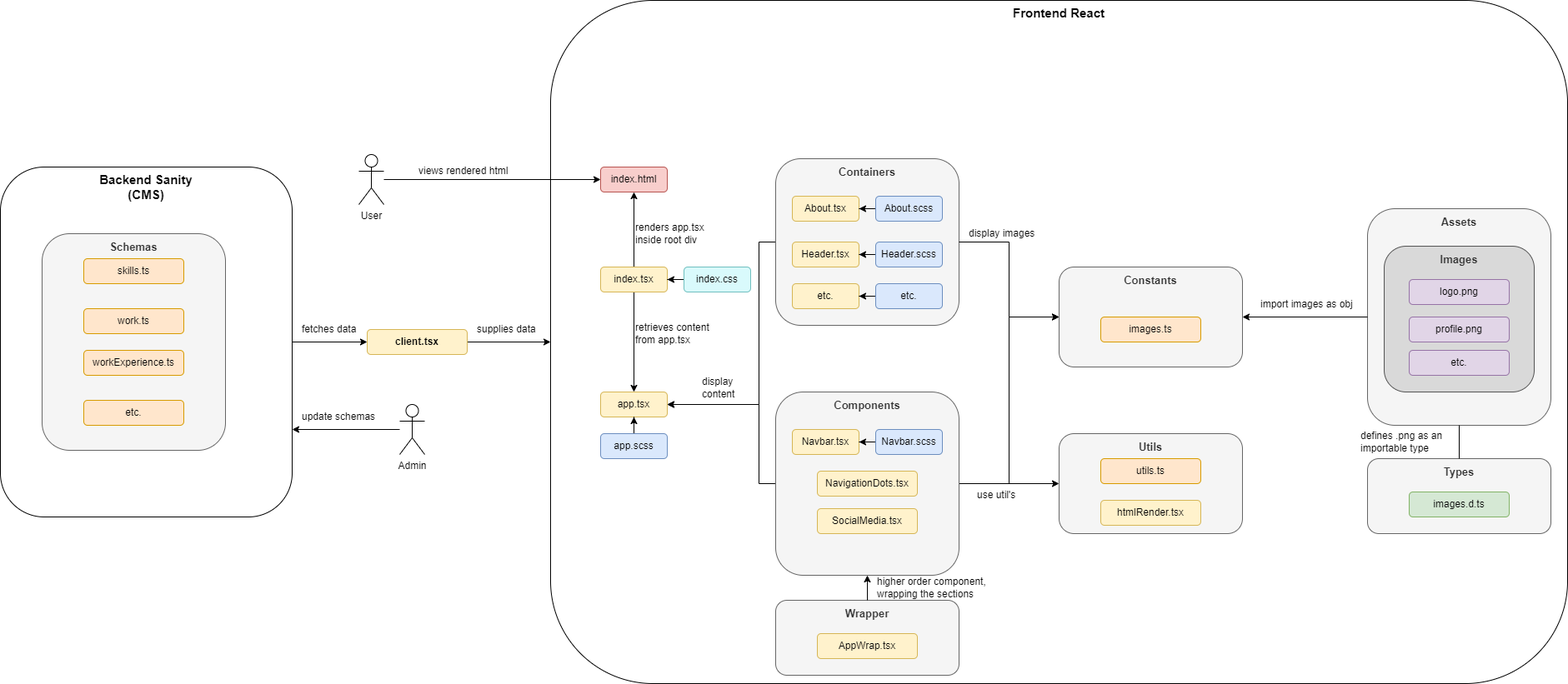
Above: _docs/img/architecture.png in danielmusselwhite/portfolioWebsite (draw.io), before the change. Source tidied: cells renumbered, new cells last; positions are measured from the earlier drawing's top-left corner, leaving out a move shared by most shapes.
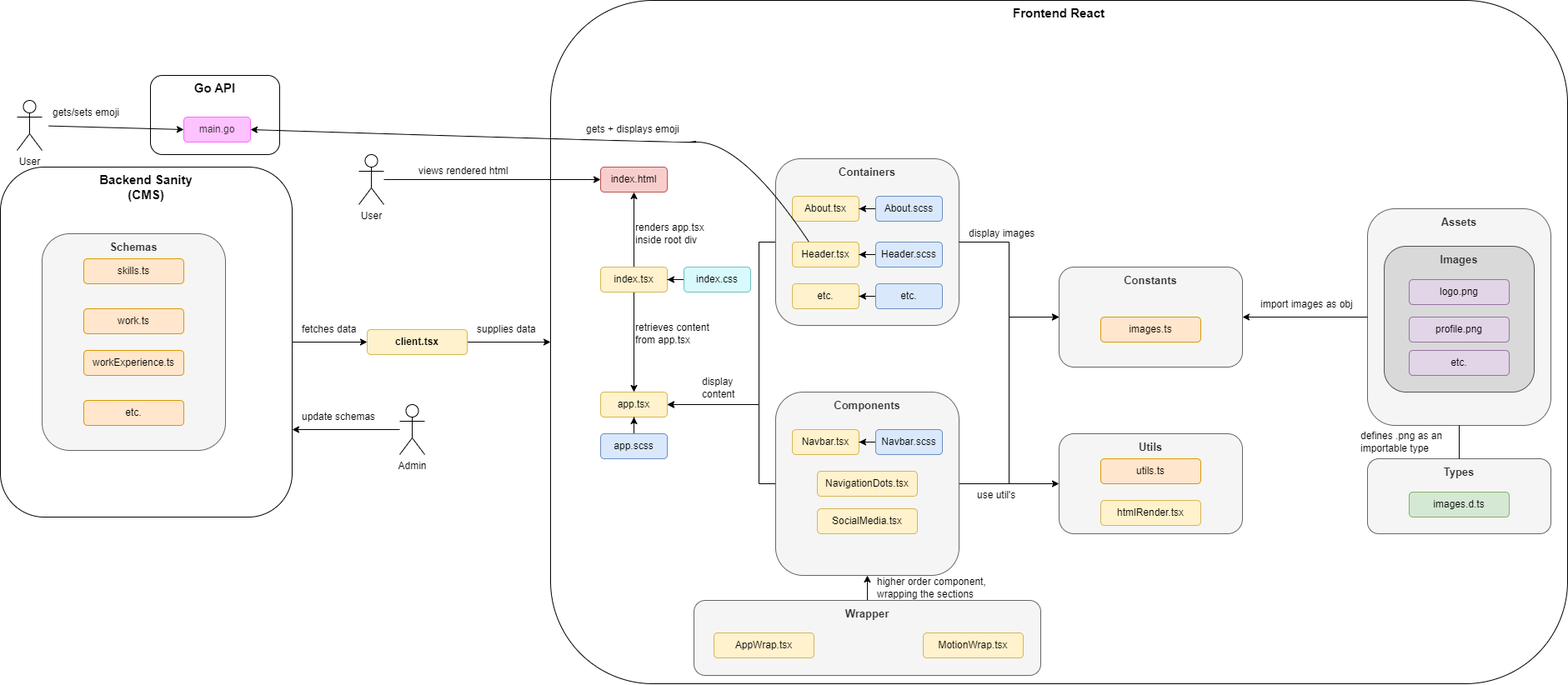
The same diagram one commit later.

Commit message:
Created a Go API, to allow users to make a POST request to update the emoji on home

What changed in the source:
```diff
@@ -222,15 +222,6 @@
     <mxCell id="71" value="SocialMedia.tsx" style="rounded=1;whiteSpace=wrap;html=1;fillColor=#fff2cc;strokeColor=#d6b656;" parent="1" vertex="1">
       <mxGeometry x="980" y="610" width="120" height="30" as="geometry" />
     </mxCell>
-    <mxCell id="72" style="group;" parent="1" vertex="1">
-      <mxGeometry x="930" y="720" width="220" height="90" as="geometry" />
-    </mxCell>
-    <mxCell id="73" value="&lt;font style=&quot;font-size: 13px;&quot;&gt;Wrapper&lt;/font&gt;" style="rounded=1;whiteSpace=wrap;html=1;verticalAlign=top;fontStyle=1;fontSize=15;fillColor=#f5f5f5;fontColor=#333333;strokeColor=#666666;" parent="72" vertex="1">
-      <mxGeometry width="220" height="90" as="geometry" />
-    </mxCell>
-    <mxCell id="74" value="AppWrap.tsx" style="rounded=1;whiteSpace=wrap;html=1;fillColor=#fff2cc;strokeColor=#d6b656;" parent="72" vertex="1">
-      <mxGeometry x="50" y="40" width="120" height="30" as="geometry" />
-    </mxCell>
     <mxCell id="75" style="edgeStyle=none;curved=1;rounded=0;jettySize=auto;html=1;entryX=0.5;entryY=1;entryDx=0;entryDy=0;endArrow=classic;startSize=14;endSize=6;sourcePerimeterSpacing=8;targetPerimeterSpacing=8;endFill=1;exitX=0.5;exitY=0;exitDx=0;exitDy=0;" parent="1" edge="1" source="73" target="66">
       <mxGeometry relative="1" as="geometry" />
     </mxCell>
@@ -246,5 +237,40 @@
     <mxCell id="79" value="htmlRender.tsx" style="rounded=1;whiteSpace=wrap;html=1;fillColor=#fff2cc;strokeColor=#d6b656;" parent="1" vertex="1">
       <mxGeometry x="1320" y="600" width="120" height="30" as="geometry" />
     </mxCell>
+    <mxCell id="80" value="Go API" style="rounded=1;whiteSpace=wrap;html=1;verticalAlign=top;fontStyle=1;fontSize=15;" parent="1" vertex="1">
+      <mxGeometry x="180" y="90" width="155" height="95" as="geometry" />
+    </mxCell>
+    <mxCell id="81" style="edgeStyle=none;curved=1;rounded=0;jettySize=auto;html=1;exitX=1;exitY=0.5;exitDx=0;exitDy=0;endArrow=none;startSize=6;endSize=6;sourcePerimeterSpacing=8;targetPerimeterSpacing=8;endFill=0;strokeWidth=1;entryX=0.25;entryY=0;entryDx=0;entryDy=0;startArrow=classic;startFill=1;" parent="1" edge="1" source="83" target="48">
+      <mxGeometry relative="1" as="geometry">
+        <Array as="points">
+          <mxPoint x="780" y="170" />
+          <mxPoint x="890" y="170" />
+        </Array>
+      </mxGeometry>
+    </mxCell>
+    <mxCell id="82" style="edgeStyle=none;curved=1;rounded=0;jettySize=auto;html=1;strokeWidth=1;startArrow=classic;startFill=1;endArrow=none;endFill=0;startSize=6;endSize=6;sourcePerimeterSpacing=8;targetPerimeterSpacing=8;exitX=0;exitY=0.5;exitDx=0;exitDy=0;" parent="1" edge="1" source="83" target="85">
+      <mxGeometry relative="1" as="geometry" />
+    </mxCell>
+    <mxCell id="83" value="main.go" style="rounded=1;whiteSpace=wrap;html=1;fillColor=#FDC2FF;strokeColor=#FF66FF;fontColor=#333333;" parent="1" vertex="1">
+      <mxGeometry x="220" y="140" width="80" height="30" as="geometry" />
+    </mxCell>
+    <mxCell id="84" value="gets + displays emoji" style="rounded=1;whiteSpace=wrap;html=1;fillColor=none;strokeColor=none;align=left;" parent="1" vertex="1">
+      <mxGeometry x="701" y="140" width="119" height="30" as="geometry" />
+    </mxCell>
+    <mxCell id="85" value="User" style="shape=umlActor;verticalLabelPosition=bottom;verticalAlign=top;html=1;outlineConnect=0;" parent="1" vertex="1">
+      <mxGeometry x="20" y="120" width="30" height="60" as="geometry" />
+    </mxCell>
+    <mxCell id="86" value="gets/sets emoji" style="rounded=1;whiteSpace=wrap;html=1;fillColor=none;strokeColor=none;align=left;" parent="1" vertex="1">
+      <mxGeometry x="61" y="120" width="119" height="30" as="geometry" />
+    </mxCell>
+    <mxCell id="73" value="&lt;font style=&quot;font-size: 13px;&quot;&gt;Wrapper&lt;/font&gt;" style="rounded=1;whiteSpace=wrap;html=1;verticalAlign=top;fontStyle=1;fontSize=15;fillColor=#f5f5f5;fontColor=#333333;strokeColor=#666666;" parent="1" vertex="1">
+      <mxGeometry x="832" y="720" width="416" height="90" as="geometry" />
+    </mxCell>
+    <mxCell id="74" value="AppWrap.tsx" style="rounded=1;whiteSpace=wrap;html=1;fillColor=#fff2cc;strokeColor=#d6b656;" parent="1" vertex="1">
+      <mxGeometry x="856" y="759" width="120" height="30" as="geometry" />
+    </mxCell>
+    <mxCell id="87" value="MotionWrap.tsx" style="rounded=1;whiteSpace=wrap;html=1;fillColor=#fff2cc;strokeColor=#d6b656;" parent="1" vertex="1">
+      <mxGeometry x="1107" y="759" width="120" height="30" as="geometry" />
+    </mxCell>
   </root>
 </mxGraphModel>
```
